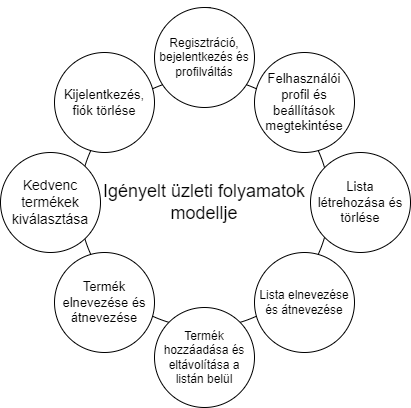
The draw.io diagram UML/igenyelt_folyamatok/Igenyelt_folyamatok.drawio.png in zsoltkovacs94/koffein-shopping-list, before a commit. Source tidied: cells renumbered, new cells last; positions are measured from the earlier drawing's top-left corner, leaving out a move shared by most shapes. The source it was exported from:
```xml
<mxGraphModel>
  <root>
    <mxCell id="0" />
    <mxCell id="1" parent="0" />
    <mxCell id="2" style="edgeStyle=orthogonalEdgeStyle;rounded=0;jettySize=auto;html=1;exitX=0.5;exitY=0;exitDx=0;exitDy=0;" parent="1" edge="1" source="7">
      <mxGeometry relative="1" as="geometry">
        <mxPoint x="210" y="30" as="targetPoint" />
      </mxGeometry>
    </mxCell>
    <mxCell id="3" value="&lt;font style=&quot;font-size: 18px;&quot;&gt;Igényelt üzleti folyamatok modellje&lt;/font&gt;" style="ellipse;whiteSpace=wrap;html=1;fontSize=18;" parent="1" vertex="1">
      <mxGeometry x="79" y="70" width="250" height="250" as="geometry" />
    </mxCell>
    <mxCell id="4" value="Lista létrehozása és törlése" style="ellipse;whiteSpace=wrap;html=1;fontSize=13;" parent="1" vertex="1">
      <mxGeometry x="310" y="145" width="100" height="100" as="geometry" />
    </mxCell>
    <mxCell id="5" value="Kedvenc termékek kiválasztása" style="ellipse;whiteSpace=wrap;html=1;fontSize=14;" parent="1" vertex="1">
      <mxGeometry y="145" width="100" height="100" as="geometry" />
    </mxCell>
    <mxCell id="6" value="Termék hozzáadása és eltávolítása a listán belül" style="ellipse;whiteSpace=wrap;html=1;" parent="1" vertex="1">
      <mxGeometry x="154" y="300" width="100" height="100" as="geometry" />
    </mxCell>
    <mxCell id="7" value="Regisztráció, bejelentkezés és profilváltás" style="ellipse;whiteSpace=wrap;html=1;" parent="1" vertex="1">
      <mxGeometry x="154" width="100" height="100" as="geometry" />
    </mxCell>
    <mxCell id="8" value="Felhasználói profil és beállítások megtekintése" style="ellipse;whiteSpace=wrap;html=1;fontSize=13;" parent="1" vertex="1">
      <mxGeometry x="254" y="45" width="100" height="100" as="geometry" />
    </mxCell>
    <mxCell id="9" value="Kijelentkezés, fiók törlése" style="ellipse;whiteSpace=wrap;html=1;fontSize=13;" parent="1" vertex="1">
      <mxGeometry x="54" y="45" width="100" height="100" as="geometry" />
    </mxCell>
    <mxCell id="10" value="Lista elnevezése és átnevezése" style="ellipse;whiteSpace=wrap;html=1;perimeterSpacing=0;strokeWidth=1;fontSize=12;" parent="1" vertex="1">
      <mxGeometry x="254" y="245" width="100" height="100" as="geometry" />
    </mxCell>
    <mxCell id="11" value="Termék elnevezése és átnevezése" style="ellipse;whiteSpace=wrap;html=1;fontSize=13;" parent="1" vertex="1">
      <mxGeometry x="54" y="245" width="100" height="100" as="geometry" />
    </mxCell>
  </root>
</mxGraphModel>
```
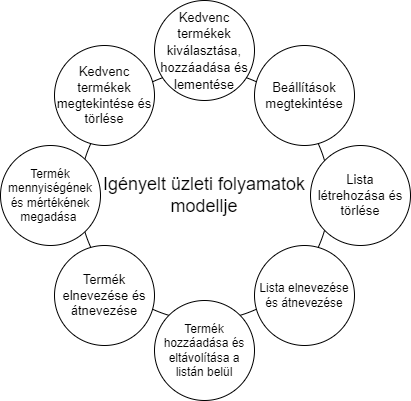
Later version of the same file.

Commit message:
Igényelt üzleti folyamatok ábra módosítva(kövspec)

Change to the diagram source:
```diff
@@ -2,30 +2,22 @@
   <root>
     <mxCell id="0" />
     <mxCell id="1" parent="0" />
-    <mxCell id="2" style="edgeStyle=orthogonalEdgeStyle;rounded=0;jettySize=auto;html=1;exitX=0.5;exitY=0;exitDx=0;exitDy=0;" parent="1" edge="1" source="7">
-      <mxGeometry relative="1" as="geometry">
-        <mxPoint x="210" y="30" as="targetPoint" />
-      </mxGeometry>
-    </mxCell>
     <mxCell id="3" value="&lt;font style=&quot;font-size: 18px;&quot;&gt;Igényelt üzleti folyamatok modellje&lt;/font&gt;" style="ellipse;whiteSpace=wrap;html=1;fontSize=18;" parent="1" vertex="1">
       <mxGeometry x="79" y="70" width="250" height="250" as="geometry" />
     </mxCell>
     <mxCell id="4" value="Lista létrehozása és törlése" style="ellipse;whiteSpace=wrap;html=1;fontSize=13;" parent="1" vertex="1">
       <mxGeometry x="310" y="145" width="100" height="100" as="geometry" />
     </mxCell>
-    <mxCell id="5" value="Kedvenc termékek kiválasztása" style="ellipse;whiteSpace=wrap;html=1;fontSize=14;" parent="1" vertex="1">
-      <mxGeometry y="145" width="100" height="100" as="geometry" />
-    </mxCell>
     <mxCell id="6" value="Termék hozzáadása és eltávolítása a listán belül" style="ellipse;whiteSpace=wrap;html=1;" parent="1" vertex="1">
       <mxGeometry x="154" y="300" width="100" height="100" as="geometry" />
     </mxCell>
-    <mxCell id="7" value="Regisztráció, bejelentkezés és profilváltás" style="ellipse;whiteSpace=wrap;html=1;" parent="1" vertex="1">
-      <mxGeometry x="154" width="100" height="100" as="geometry" />
+    <mxCell id="7" value="Termék mennyiségének és mértékének megadása&amp;nbsp;" style="ellipse;whiteSpace=wrap;html=1;" parent="1" vertex="1">
+      <mxGeometry y="145" width="100" height="100" as="geometry" />
     </mxCell>
-    <mxCell id="8" value="Felhasználói profil és beállítások megtekintése" style="ellipse;whiteSpace=wrap;html=1;fontSize=13;" parent="1" vertex="1">
+    <mxCell id="8" value="Beállítások megtekintése" style="ellipse;whiteSpace=wrap;html=1;fontSize=13;" parent="1" vertex="1">
       <mxGeometry x="254" y="45" width="100" height="100" as="geometry" />
     </mxCell>
-    <mxCell id="9" value="Kijelentkezés, fiók törlése" style="ellipse;whiteSpace=wrap;html=1;fontSize=13;" parent="1" vertex="1">
+    <mxCell id="9" value="Kedvenc termékek megtekintése és törlése" style="ellipse;whiteSpace=wrap;html=1;fontSize=13;" parent="1" vertex="1">
       <mxGeometry x="54" y="45" width="100" height="100" as="geometry" />
     </mxCell>
     <mxCell id="10" value="Lista elnevezése és átnevezése" style="ellipse;whiteSpace=wrap;html=1;perimeterSpacing=0;strokeWidth=1;fontSize=12;" parent="1" vertex="1">
@@ -34,5 +26,8 @@
     <mxCell id="11" value="Termék elnevezése és átnevezése" style="ellipse;whiteSpace=wrap;html=1;fontSize=13;" parent="1" vertex="1">
       <mxGeometry x="54" y="245" width="100" height="100" as="geometry" />
     </mxCell>
+    <mxCell id="12" value="&lt;font style=&quot;font-size: 13px;&quot;&gt;Kedvenc termékek kiválasztása, hozzáadása és lementése&lt;/font&gt;" style="ellipse;whiteSpace=wrap;html=1;fontSize=14;" parent="1" vertex="1">
+      <mxGeometry x="154" width="100" height="100" as="geometry" />
+    </mxCell>
   </root>
 </mxGraphModel>
```
